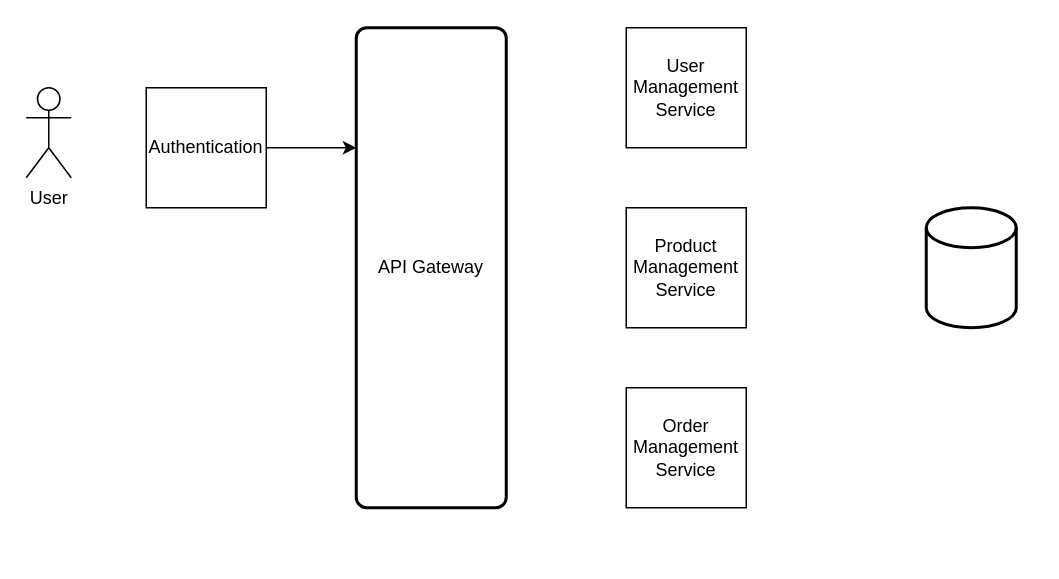
jayrajan/backend-system keeps this draw.io diagram as docs/design/ecommerce_system_design.drawio. Above is the earlier version. Source tidied: cells renumbered, new cells numbered last; positions are measured from the earlier drawing's top-left corner, leaving out a move shared by most shapes. Both pictures are drawn from the tidied source at 150%, with x=0, y=0 at pixel (26, 27).
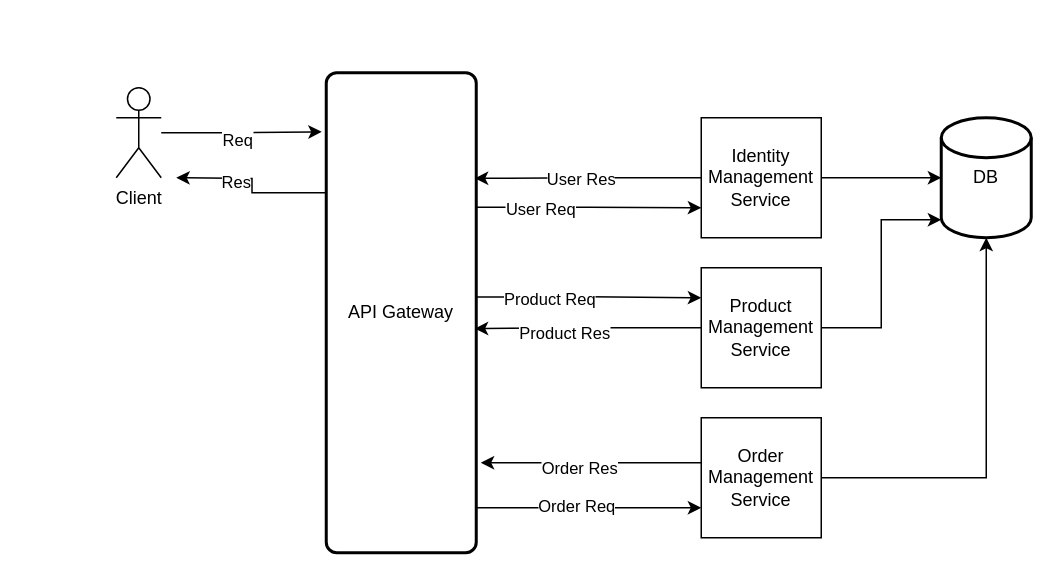
The same diagram, later.

What changed in the source:
```diff
@@
-    <mxCell id="2" value="User Management&lt;div&gt;Service&lt;/div&gt;" style="whiteSpace=wrap;html=1;" parent="1" vertex="1">
-      <mxGeometry x="400" width="80" height="80" as="geometry" />
+    <mxCell id="2" value="Identity Management&lt;div&gt;Service&lt;/div&gt;" style="whiteSpace=wrap;html=1;" parent="1" vertex="1">
+      <mxGeometry x="450" y="60" width="80" height="80" as="geometry" />
     </mxCell>
-    <mxCell id="3" value="User" style="shape=umlActor;verticalLabelPosition=bottom;verticalAlign=top;html=1;outlineConnect=0;" parent="1" vertex="1">
-      <mxGeometry y="40" width="30" height="60" as="geometry" />
+    <mxCell id="3" value="Client" style="shape=umlActor;verticalLabelPosition=bottom;verticalAlign=top;html=1;outlineConnect=0;" parent="1" vertex="1">
+      <mxGeometry x="60" y="40" width="30" height="60" as="geometry" />
     </mxCell>
-    <mxCell id="4" style="edgeStyle=orthogonalEdgeStyle;rounded=0;jettySize=auto;html=1;exitX=1;exitY=0.5;exitDx=0;exitDy=0;entryX=0;entryY=0.25;entryDx=0;entryDy=0;" parent="1" edge="1" source="5" target="9">
-      <mxGeometry relative="1" as="geometry" />
-    </mxCell>
-    <mxCell id="5" value="Authentication" style="whiteSpace=wrap;html=1;" parent="1" vertex="1">
-      <mxGeometry x="80" y="40" width="80" height="80" as="geometry" />
-    </mxCell>
     <mxCell id="6" value="Product Management&lt;div&gt;Service&lt;/div&gt;" style="whiteSpace=wrap;html=1;" parent="1" vertex="1">
-      <mxGeometry x="400" y="120" width="80" height="80" as="geometry" />
+      <mxGeometry x="450" y="160" width="80" height="80" as="geometry" />
     </mxCell>
     <mxCell id="7" value="Order Management&lt;div&gt;Service&lt;/div&gt;" style="whiteSpace=wrap;html=1;" parent="1" vertex="1">
-      <mxGeometry x="400" y="240" width="80" height="80" as="geometry" />
+      <mxGeometry x="450" y="260" width="80" height="80" as="geometry" />
     </mxCell>
-    <mxCell id="8" style="strokeWidth=2;html=1;shape=mxgraph.flowchart.database;whiteSpace=wrap;" parent="1" vertex="1">
-      <mxGeometry x="600" y="120" width="60" height="80" as="geometry" />
+    <mxCell id="8" value="DB" style="strokeWidth=2;html=1;shape=mxgraph.flowchart.database;whiteSpace=wrap;" parent="1" vertex="1">
+      <mxGeometry x="610" y="60" width="60" height="80" as="geometry" />
     </mxCell>
+    <mxCell id="10" style="edgeStyle=orthogonalEdgeStyle;rounded=0;jettySize=auto;html=1;exitX=0.98;exitY=0.28;exitDx=0;exitDy=0;entryX=0;entryY=0.75;entryDx=0;entryDy=0;exitPerimeter=0;" parent="1" edge="1" source="9" target="2">
+      <mxGeometry relative="1" as="geometry" />
+    </mxCell>
+    <mxCell id="11" value="User Req" style="edgeLabel;html=1;align=center;verticalAlign=middle;" parent="10" vertex="1">
+      <mxGeometry x="-0.42" y="-1" relative="1" as="geometry" />
+    </mxCell>
+    <mxCell id="12" style="edgeStyle=orthogonalEdgeStyle;rounded=0;jettySize=auto;html=1;exitX=1;exitY=0.467;exitDx=0;exitDy=0;entryX=0;entryY=0.25;entryDx=0;entryDy=0;exitPerimeter=0;" parent="1" edge="1" source="9" target="6">
+      <mxGeometry relative="1" as="geometry" />
+    </mxCell>
+    <mxCell id="13" value="Product Req" style="edgeLabel;html=1;align=center;verticalAlign=middle;" parent="12" vertex="1">
+      <mxGeometry x="-0.36" y="-1" relative="1" as="geometry" />
+    </mxCell>
+    <mxCell id="14" style="edgeStyle=orthogonalEdgeStyle;rounded=0;jettySize=auto;html=1;entryX=0;entryY=0.75;entryDx=0;entryDy=0;" parent="1" edge="1" source="9" target="7">
+      <mxGeometry relative="1" as="geometry">
+        <Array as="points">
+          <mxPoint x="340" y="320" />
+          <mxPoint x="340" y="320" />
+        </Array>
+      </mxGeometry>
+    </mxCell>
+    <mxCell id="15" value="Order Req" style="edgeLabel;html=1;align=center;verticalAlign=middle;" parent="14" vertex="1">
+      <mxGeometry x="-0.12" y="3" relative="1" as="geometry">
+        <mxPoint y="1" as="offset" />
+      </mxGeometry>
+    </mxCell>
+    <mxCell id="16" style="edgeStyle=orthogonalEdgeStyle;rounded=0;jettySize=auto;html=1;exitX=0;exitY=0.25;exitDx=0;exitDy=0;" parent="1" edge="1" source="9">
+      <mxGeometry relative="1" as="geometry">
+        <mxPoint x="100" y="100" as="targetPoint" />
+      </mxGeometry>
+    </mxCell>
+    <mxCell id="17" value="Res" style="edgeLabel;html=1;align=center;verticalAlign=middle;" parent="16" vertex="1">
+      <mxGeometry x="0.27" y="2" relative="1" as="geometry" />
+    </mxCell>
     <mxCell id="9" value="API Gateway" style="rounded=1;whiteSpace=wrap;html=1;absoluteArcSize=1;arcSize=14;strokeWidth=2;" parent="1" vertex="1">
-      <mxGeometry x="220" width="100" height="320" as="geometry" />
+      <mxGeometry x="200" y="30" width="100" height="320" as="geometry" />
     </mxCell>
+    <mxCell id="18" style="edgeStyle=orthogonalEdgeStyle;rounded=0;jettySize=auto;html=1;entryX=0.99;entryY=0.22;entryDx=0;entryDy=0;entryPerimeter=0;" parent="1" edge="1" source="2" target="9">
+      <mxGeometry relative="1" as="geometry" />
+    </mxCell>
+    <mxCell id="19" value="User Res" style="edgeLabel;html=1;align=center;verticalAlign=middle;" parent="18" vertex="1">
+      <mxGeometry x="0.16" relative="1" as="geometry">
+        <mxPoint x="7" as="offset" />
+      </mxGeometry>
+    </mxCell>
+    <mxCell id="20" style="edgeStyle=orthogonalEdgeStyle;rounded=0;jettySize=auto;html=1;entryX=0.99;entryY=0.533;entryDx=0;entryDy=0;entryPerimeter=0;" parent="1" edge="1" source="6" target="9">
+      <mxGeometry relative="1" as="geometry" />
+    </mxCell>
+    <mxCell id="21" value="Product Res" style="edgeLabel;html=1;align=center;verticalAlign=middle;" parent="20" vertex="1">
+      <mxGeometry x="0.22" y="3" relative="1" as="geometry" />
+    </mxCell>
+    <mxCell id="22" style="edgeStyle=orthogonalEdgeStyle;rounded=0;jettySize=auto;html=1;entryX=0;entryY=0.5;entryDx=0;entryDy=0;entryPerimeter=0;" parent="1" edge="1" source="2" target="8">
+      <mxGeometry relative="1" as="geometry" />
+    </mxCell>
+    <mxCell id="23" style="edgeStyle=orthogonalEdgeStyle;rounded=0;jettySize=auto;html=1;entryX=0;entryY=0.85;entryDx=0;entryDy=0;entryPerimeter=0;" parent="1" edge="1" source="6" target="8">
+      <mxGeometry relative="1" as="geometry" />
+    </mxCell>
+    <mxCell id="24" style="edgeStyle=orthogonalEdgeStyle;rounded=0;jettySize=auto;html=1;entryX=0.5;entryY=1;entryDx=0;entryDy=0;entryPerimeter=0;" parent="1" edge="1" source="7" target="8">
+      <mxGeometry relative="1" as="geometry" />
+    </mxCell>
+    <mxCell id="25" style="edgeStyle=orthogonalEdgeStyle;rounded=0;jettySize=auto;html=1;" parent="1" edge="1" source="7">
+      <mxGeometry relative="1" as="geometry">
+        <mxPoint x="303" y="290" as="targetPoint" />
+        <Array as="points">
+          <mxPoint x="410" y="290" />
+          <mxPoint x="410" y="290" />
+        </Array>
+      </mxGeometry>
+    </mxCell>
+    <mxCell id="26" value="Order Res" style="edgeLabel;html=1;align=center;verticalAlign=middle;" parent="25" vertex="1">
+      <mxGeometry x="0.12" y="3" relative="1" as="geometry" />
+    </mxCell>
+    <mxCell id="27" style="edgeStyle=orthogonalEdgeStyle;rounded=0;jettySize=auto;html=1;entryX=-0.03;entryY=0.123;entryDx=0;entryDy=0;entryPerimeter=0;" parent="1" edge="1" source="3" target="9">
+      <mxGeometry relative="1" as="geometry" />
+    </mxCell>
+    <mxCell id="28" value="Req" style="edgeLabel;html=1;align=center;verticalAlign=middle;" parent="27" vertex="1">
+      <mxGeometry x="-0.07" y="-3" relative="1" as="geometry">
+        <mxPoint y="1" as="offset" />
+      </mxGeometry>
+    </mxCell>
```
